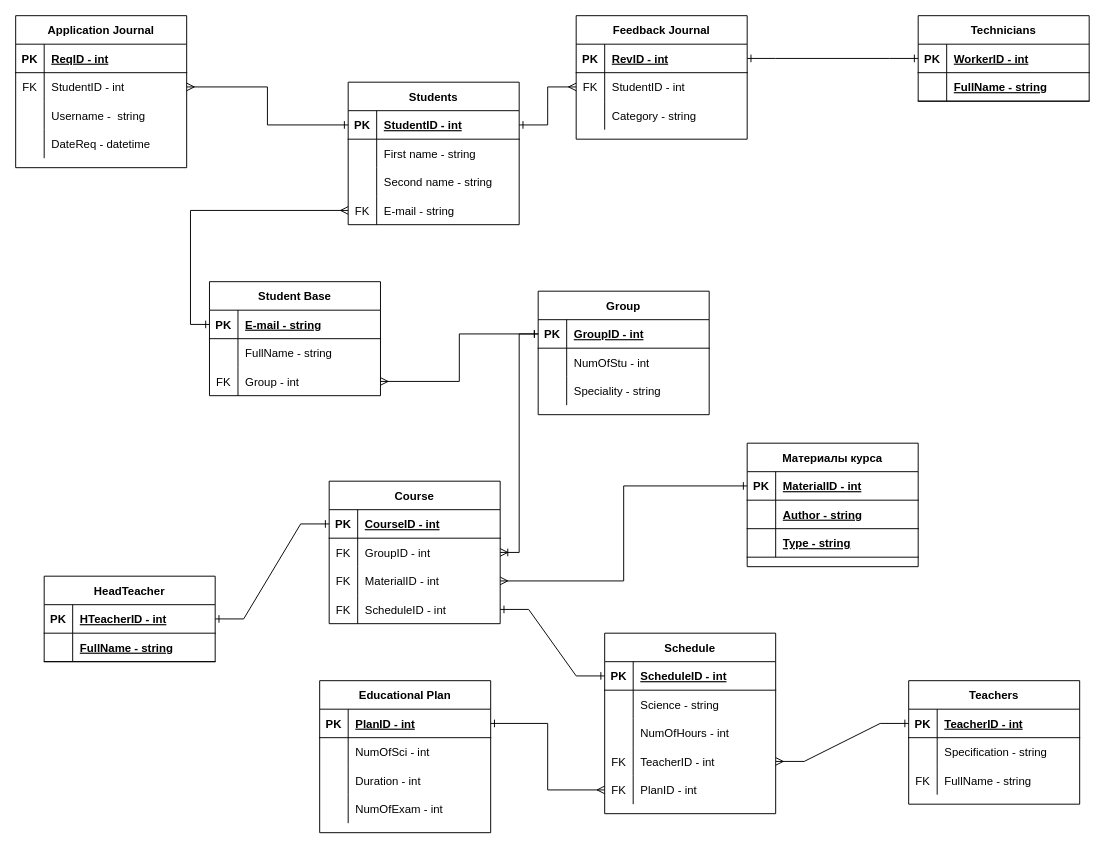
This is ER.drawio from JKtheeone/Online-School, a draw.io file, before an edit. Source tidied: cells renumbered, new cells numbered last; positions are measured from the earlier drawing's top-left corner, leaving out a move shared by most shapes. Both pictures are drawn from the tidied source at 95%, with x=0, y=0 at pixel (15, 15).
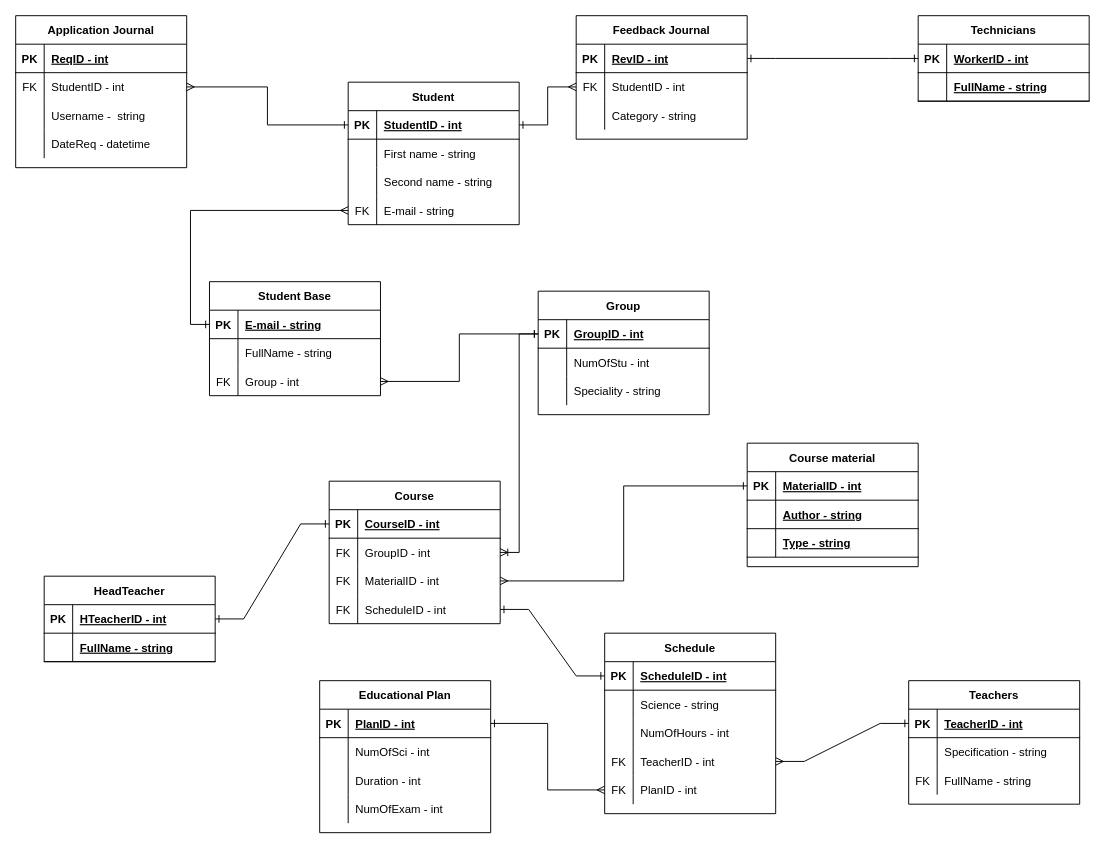
The same page after the edit.

Diff of the diagram source:
```diff
@@
-    <mxCell id="2" value="Students" style="shape=table;startSize=30;childLayout=tableLayout;rowLines=0;fontStyle=1;align=center;fillColor=default;strokeColor=default;fontColor=default;" parent="1" vertex="1">
+    <mxCell id="2" value="Student" style="shape=table;startSize=30;childLayout=tableLayout;rowLines=0;fontStyle=1;align=center;fillColor=default;strokeColor=default;fontColor=default;" parent="1" vertex="1">
       <mxGeometry x="350" y="70" width="180" height="150" as="geometry" />
     </mxCell>
@@
-    <mxCell id="119" value="Материалы курса" style="shape=table;startSize=30;childLayout=tableLayout;rowLines=0;fontStyle=1;align=center;fontColor=default;strokeColor=default;fillColor=default;" parent="1" vertex="1">
+    <mxCell id="119" value="Course material" style="shape=table;startSize=30;childLayout=tableLayout;rowLines=0;fontStyle=1;align=center;fontColor=default;strokeColor=default;fillColor=default;" parent="1" vertex="1">
       <mxGeometry x="770" y="450" width="180" height="130" as="geometry" />
     </mxCell>
```
